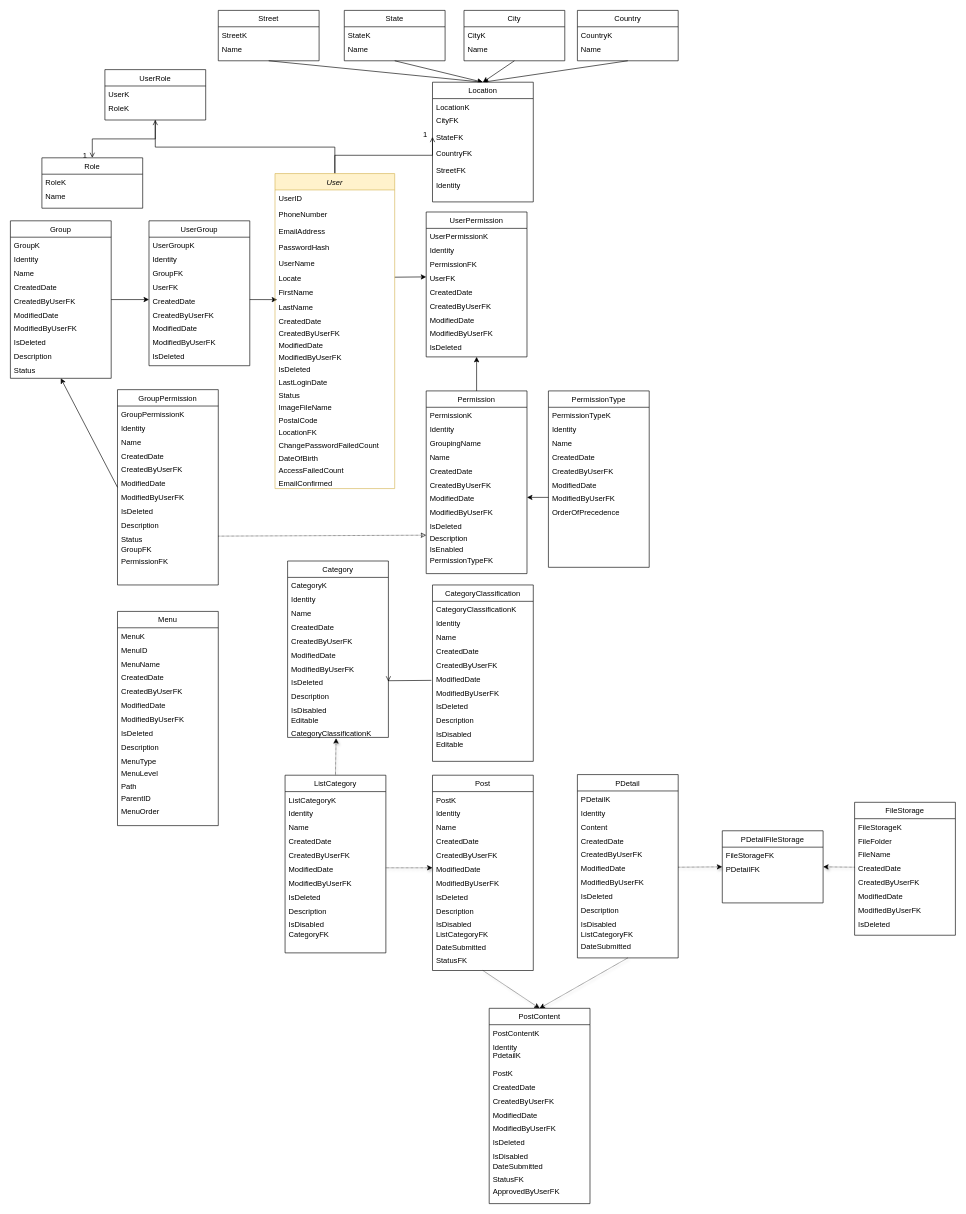
KimPhiJSCDVLP/DemoGitHub keeps this draw.io diagram as Untitled Diagram.drawio. Above is the earlier version. Source tidied: cells renumbered, new cells numbered last; positions are measured from the earlier drawing's top-left corner, leaving out a move shared by most shapes. Both pictures are drawn from the tidied source at 63%, with x=0, y=0 at pixel (10, 10).
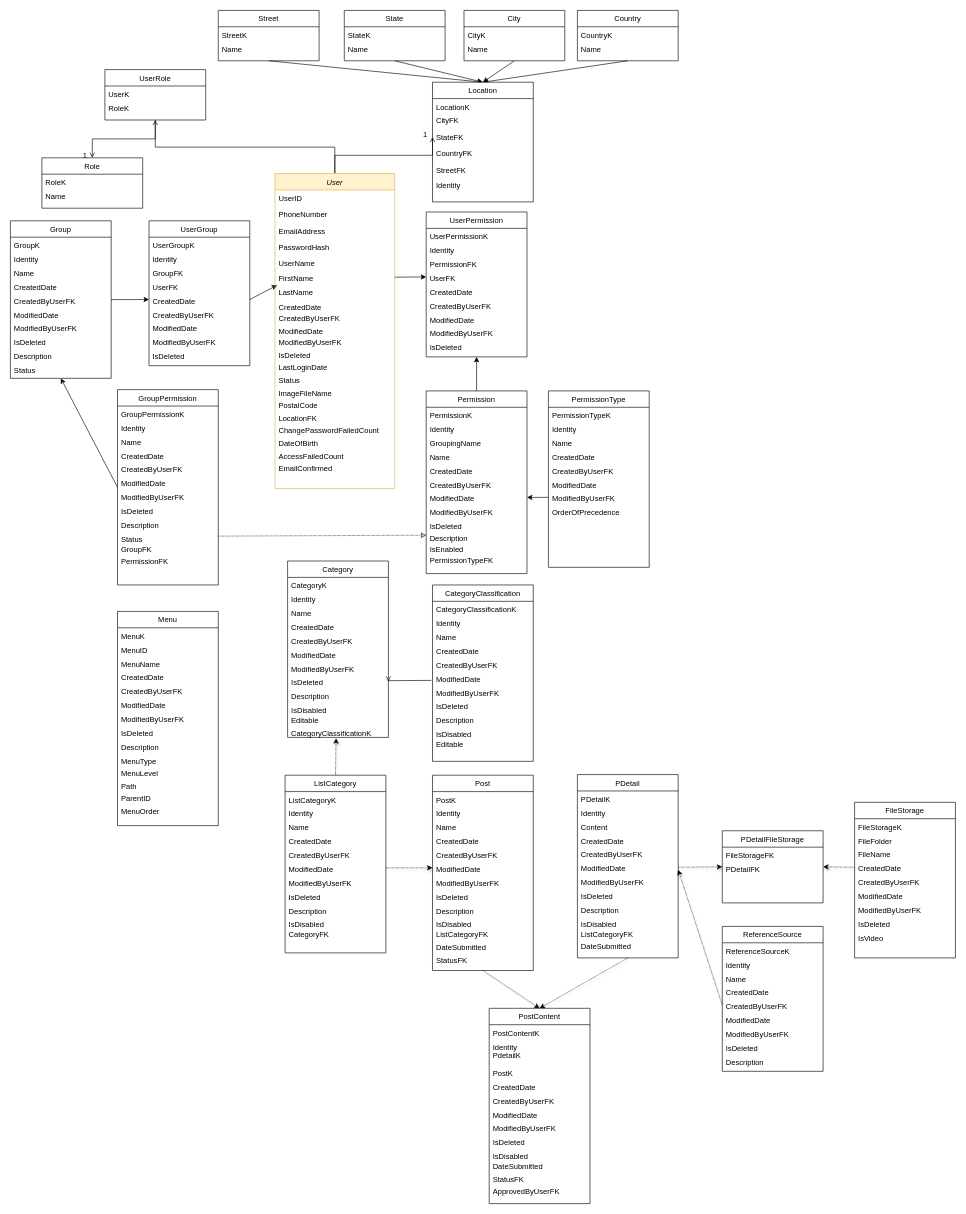
The same page after the edit.

Unchanged cells that the change refers to:
```xml
<mxCell id="57" value="User" style="swimlane;fontStyle=2;align=center;verticalAlign=top;horizontal=1;startSize=26;rounded=0;shadow=0;strokeWidth=1;fillColor=#fff2cc;strokeColor=#d6b656;" parent="1" vertex="1">
  <mxGeometry x="420" y="259" width="190" height="500" as="geometry" />
</mxCell>
<mxCell id="84" value="UserFK" style="text;align=left;verticalAlign=top;spacingLeft=4;spacingRight=4;overflow=hidden;points=[[0,0.5],[1,0.5]];portConstraint=eastwest;rounded=0;shadow=0;html=0;" parent="80" vertex="1">
  <mxGeometry y="92" width="160" height="22" as="geometry" />
</mxCell>
```

What changed in the source:
```diff
@@
-    <mxCell id="23" style="endArrow=classic;html=1;entryX=0;entryY=0.5;entryDx=0;entryDy=0;exitX=1;exitY=0.5;exitDx=0;exitDy=0;" parent="1" edge="1" source="63" target="84">
-      <mxGeometry relative="1" as="geometry" />
+    <mxCell id="23" style="endArrow=classic;html=1;entryX=0;entryY=0.5;entryDx=0;entryDy=0;exitX=1;exitY=0.5;exitDx=0;exitDy=0;" parent="1" edge="1" target="84">
+      <mxGeometry relative="1" as="geometry">
+        <mxPoint x="610" y="423.5" as="sourcePoint" />
+      </mxGeometry>
     </mxCell>
@@
-    <mxCell id="63" value="Locate" style="text;align=left;verticalAlign=top;spacingLeft=4;spacingRight=4;overflow=hidden;points=[[0,0.5],[1,0.5]];portConstraint=eastwest;rounded=0;shadow=0;html=0;" parent="57" vertex="1">
-      <mxGeometry y="153" width="190" height="23" as="geometry" />
-    </mxCell>
     <mxCell id="64" value="FirstName" style="text;align=left;verticalAlign=top;spacingLeft=4;spacingRight=4;overflow=hidden;points=[[0,0.5],[1,0.5]];portConstraint=eastwest;rounded=0;shadow=0;html=0;" parent="57" vertex="1">
-      <mxGeometry y="176" width="190" height="23" as="geometry" />
+      <mxGeometry y="153" width="190" height="23" as="geometry" />
     </mxCell>
     <mxCell id="65" value="LastName" style="text;align=left;verticalAlign=top;spacingLeft=4;spacingRight=4;overflow=hidden;rounded=0;shadow=0;html=0;" parent="57" vertex="1">
-      <mxGeometry y="199" width="190" height="23" as="geometry" />
+      <mxGeometry y="176" width="190" height="23" as="geometry" />
     </mxCell>
     <mxCell id="66" value="CreatedDate" style="text;align=left;verticalAlign=top;spacingLeft=4;spacingRight=4;overflow=hidden;rounded=0;shadow=0;html=0;" parent="57" vertex="1">
-      <mxGeometry y="222" width="190" height="18" as="geometry" />
+      <mxGeometry y="199" width="190" height="18" as="geometry" />
     </mxCell>
     <mxCell id="67" value="CreatedByUserFK" style="text;align=left;verticalAlign=top;spacingLeft=4;spacingRight=4;overflow=hidden;rounded=0;shadow=0;html=0;" parent="57" vertex="1">
-      <mxGeometry y="240" width="190" height="20" as="geometry" />
+      <mxGeometry y="217" width="190" height="20" as="geometry" />
     </mxCell>
     <mxCell id="68" value="ModifiedDate" style="text;align=left;verticalAlign=top;spacingLeft=4;spacingRight=4;overflow=hidden;rounded=0;shadow=0;html=0;" parent="57" vertex="1">
-      <mxGeometry y="260" width="190" height="18" as="geometry" />
+      <mxGeometry y="237" width="190" height="18" as="geometry" />
     </mxCell>
     <mxCell id="69" value="ModifiedByUserFK" style="text;align=left;verticalAlign=top;spacingLeft=4;spacingRight=4;overflow=hidden;rounded=0;shadow=0;html=0;" parent="57" vertex="1">
-      <mxGeometry y="278" width="190" height="20" as="geometry" />
+      <mxGeometry y="255" width="190" height="20" as="geometry" />
     </mxCell>
     <mxCell id="70" value="IsDeleted" style="text;align=left;verticalAlign=top;spacingLeft=4;spacingRight=4;overflow=hidden;rounded=0;shadow=0;html=0;" parent="57" vertex="1">
-      <mxGeometry y="298" width="190" height="20" as="geometry" />
+      <mxGeometry y="275" width="190" height="20" as="geometry" />
     </mxCell>
     <mxCell id="71" value="LastLoginDate" style="text;align=left;verticalAlign=top;spacingLeft=4;spacingRight=4;overflow=hidden;rounded=0;shadow=0;html=0;" parent="57" vertex="1">
-      <mxGeometry y="318" width="190" height="20" as="geometry" />
+      <mxGeometry y="295" width="190" height="20" as="geometry" />
     </mxCell>
     <mxCell id="72" value="Status" style="text;align=left;verticalAlign=top;spacingLeft=4;spacingRight=4;overflow=hidden;rounded=0;shadow=0;html=0;" parent="57" vertex="1">
-      <mxGeometry y="338" width="190" height="20" as="geometry" />
+      <mxGeometry y="315" width="190" height="20" as="geometry" />
     </mxCell>
     <mxCell id="73" value="ImageFileName" style="text;align=left;verticalAlign=top;spacingLeft=4;spacingRight=4;overflow=hidden;rounded=0;shadow=0;html=0;" parent="57" vertex="1">
-      <mxGeometry y="358" width="190" height="20" as="geometry" />
+      <mxGeometry y="335" width="190" height="20" as="geometry" />
     </mxCell>
     <mxCell id="74" value="PostalCode" style="text;align=left;verticalAlign=top;spacingLeft=4;spacingRight=4;overflow=hidden;rounded=0;shadow=0;html=0;" parent="57" vertex="1">
-      <mxGeometry y="378" width="190" height="20" as="geometry" />
+      <mxGeometry y="355" width="190" height="20" as="geometry" />
     </mxCell>
     <mxCell id="75" value="LocationFK" style="text;align=left;verticalAlign=top;spacingLeft=4;spacingRight=4;overflow=hidden;rounded=0;shadow=0;html=0;" parent="57" vertex="1">
-      <mxGeometry y="398" width="190" height="20" as="geometry" />
+      <mxGeometry y="375" width="190" height="20" as="geometry" />
     </mxCell>
     <mxCell id="76" value="ChangePasswordFailedCount" style="text;align=left;verticalAlign=top;spacingLeft=4;spacingRight=4;overflow=hidden;rounded=0;shadow=0;html=0;" parent="57" vertex="1">
-      <mxGeometry y="418" width="190" height="20" as="geometry" />
+      <mxGeometry y="395" width="190" height="20" as="geometry" />
     </mxCell>
     <mxCell id="77" value="DateOfBirth" style="text;align=left;verticalAlign=top;spacingLeft=4;spacingRight=4;overflow=hidden;rounded=0;shadow=0;html=0;" parent="57" vertex="1">
-      <mxGeometry y="438" width="190" height="20" as="geometry" />
+      <mxGeometry y="415" width="190" height="20" as="geometry" />
     </mxCell>
     <mxCell id="78" value="AccessFailedCount" style="text;align=left;verticalAlign=top;spacingLeft=4;spacingRight=4;overflow=hidden;rounded=0;shadow=0;html=0;" parent="57" vertex="1">
-      <mxGeometry y="458" width="190" height="20" as="geometry" />
+      <mxGeometry y="435" width="190" height="20" as="geometry" />
     </mxCell>
     <mxCell id="79" value="EmailConfirmed" style="text;align=left;verticalAlign=top;spacingLeft=4;spacingRight=4;overflow=hidden;rounded=0;shadow=0;html=0;" parent="57" vertex="1">
-      <mxGeometry y="478" width="190" height="20" as="geometry" />
+      <mxGeometry y="455" width="190" height="20" as="geometry" />
     </mxCell>
@@
-    <mxCell id="188" value="PDetail" style="swimlane;fontStyle=0;align=center;verticalAlign=top;horizontal=1;startSize=26;rounded=0;shadow=0;strokeWidth=1;" parent="1" vertex="1">
-      <mxGeometry x="900" y="1213" width="160" height="291" as="geometry" />
-    </mxCell>
-    <mxCell id="189" value="PDetailK" style="text;align=left;verticalAlign=top;spacingLeft=4;spacingRight=4;overflow=hidden;" parent="188" vertex="1">
-      <mxGeometry y="26" width="160" height="22" as="geometry" />
-    </mxCell>
-    <mxCell id="190" value="Identity" style="text;align=left;verticalAlign=top;spacingLeft=4;spacingRight=4;overflow=hidden;rounded=0;shadow=0;html=0;" parent="188" vertex="1">
-      <mxGeometry y="48" width="160" height="22" as="geometry" />
-    </mxCell>
-    <mxCell id="191" value="Content" style="text;align=left;verticalAlign=top;spacingLeft=4;spacingRight=4;overflow=hidden;rounded=0;shadow=0;html=0;" parent="188" vertex="1">
-      <mxGeometry y="70" width="160" height="22" as="geometry" />
-    </mxCell>
-    <mxCell id="192" value="CreatedDate" style="text;align=left;verticalAlign=top;spacingLeft=4;spacingRight=4;overflow=hidden;rounded=0;shadow=0;html=0;" parent="188" vertex="1">
-      <mxGeometry y="92" width="160" height="22" as="geometry" />
-    </mxCell>
-    <mxCell id="193" value="CreatedByUserFK" style="text;align=left;verticalAlign=top;spacingLeft=4;spacingRight=4;overflow=hidden;rounded=0;shadow=0;html=0;" parent="188" vertex="1">
-      <mxGeometry y="114" width="160" height="22" as="geometry" />
-    </mxCell>
-    <mxCell id="194" value="ModifiedDate" style="text;align=left;verticalAlign=top;spacingLeft=4;spacingRight=4;overflow=hidden;points=[[0,0.5],[1,0.5]];portConstraint=eastwest;rounded=0;shadow=0;html=0;" parent="188" vertex="1">
-      <mxGeometry y="136" width="160" height="22" as="geometry" />
-    </mxCell>
-    <mxCell id="195" value="ModifiedByUserFK" style="text;align=left;verticalAlign=top;spacingLeft=4;spacingRight=4;overflow=hidden;rounded=0;shadow=0;html=0;" parent="188" vertex="1">
-      <mxGeometry y="158" width="160" height="22" as="geometry" />
-    </mxCell>
-    <mxCell id="196" value="IsDeleted" style="text;align=left;verticalAlign=top;spacingLeft=4;spacingRight=4;overflow=hidden;rounded=0;shadow=0;html=0;" parent="188" vertex="1">
-      <mxGeometry y="180" width="160" height="22" as="geometry" />
-    </mxCell>
-    <mxCell id="197" value="Description" style="text;align=left;verticalAlign=top;spacingLeft=4;spacingRight=4;overflow=hidden;rounded=0;shadow=0;html=0;" parent="188" vertex="1">
-      <mxGeometry y="202" width="160" height="22" as="geometry" />
-    </mxCell>
-    <mxCell id="198" value="IsDisabled" style="text;align=left;verticalAlign=top;spacingLeft=4;spacingRight=4;overflow=hidden;rounded=0;shadow=0;html=0;" parent="188" vertex="1">
-      <mxGeometry y="224" width="160" height="16" as="geometry" />
-    </mxCell>
-    <mxCell id="199" value="ListCategoryFK" style="text;align=left;verticalAlign=top;spacingLeft=4;spacingRight=4;overflow=hidden;rounded=0;shadow=0;html=0;" parent="188" vertex="1">
-      <mxGeometry y="240" width="160" height="20" as="geometry" />
-    </mxCell>
-    <mxCell id="200" value="DateSubmitted" style="text;align=left;verticalAlign=top;spacingLeft=4;spacingRight=4;overflow=hidden;rounded=0;shadow=0;html=0;" parent="188" vertex="1">
-      <mxGeometry y="260" width="160" height="20" as="geometry" />
-    </mxCell>
@@
     <mxCell id="229" value="FileStorage" style="swimlane;fontStyle=0;align=center;verticalAlign=top;horizontal=1;startSize=26;rounded=0;shadow=0;strokeWidth=1;" parent="1" vertex="1">
-      <mxGeometry x="1340" y="1257" width="160" height="211" as="geometry" />
+      <mxGeometry x="1340" y="1257" width="160" height="247" as="geometry" />
     </mxCell>
@@
+    <mxCell id="243" value="IsVideo" style="text;align=left;verticalAlign=top;spacingLeft=4;spacingRight=4;overflow=hidden;rounded=0;shadow=0;html=0;" parent="229" vertex="1">
+      <mxGeometry y="202" width="160" height="22" as="geometry" />
+    </mxCell>
@@
+    <mxCell id="188" value="PDetail" style="swimlane;fontStyle=0;align=center;verticalAlign=top;horizontal=1;startSize=26;rounded=0;shadow=0;strokeWidth=1;" parent="1" vertex="1">
+      <mxGeometry x="900" y="1213" width="160" height="291" as="geometry" />
+    </mxCell>
+    <mxCell id="189" value="PDetailK" style="text;align=left;verticalAlign=top;spacingLeft=4;spacingRight=4;overflow=hidden;" parent="188" vertex="1">
+      <mxGeometry y="26" width="160" height="22" as="geometry" />
+    </mxCell>
+    <mxCell id="190" value="Identity" style="text;align=left;verticalAlign=top;spacingLeft=4;spacingRight=4;overflow=hidden;rounded=0;shadow=0;html=0;" parent="188" vertex="1">
+      <mxGeometry y="48" width="160" height="22" as="geometry" />
+    </mxCell>
+    <mxCell id="191" value="Content" style="text;align=left;verticalAlign=top;spacingLeft=4;spacingRight=4;overflow=hidden;rounded=0;shadow=0;html=0;" parent="188" vertex="1">
+      <mxGeometry y="70" width="160" height="22" as="geometry" />
+    </mxCell>
+    <mxCell id="192" value="CreatedDate" style="text;align=left;verticalAlign=top;spacingLeft=4;spacingRight=4;overflow=hidden;rounded=0;shadow=0;html=0;" parent="188" vertex="1">
+      <mxGeometry y="92" width="160" height="22" as="geometry" />
+    </mxCell>
+    <mxCell id="193" value="CreatedByUserFK" style="text;align=left;verticalAlign=top;spacingLeft=4;spacingRight=4;overflow=hidden;rounded=0;shadow=0;html=0;" parent="188" vertex="1">
+      <mxGeometry y="114" width="160" height="22" as="geometry" />
+    </mxCell>
+    <mxCell id="194" value="ModifiedDate" style="text;align=left;verticalAlign=top;spacingLeft=4;spacingRight=4;overflow=hidden;points=[[0,0.5],[1,0.5]];portConstraint=eastwest;rounded=0;shadow=0;html=0;" parent="188" vertex="1">
+      <mxGeometry y="136" width="160" height="22" as="geometry" />
+    </mxCell>
+    <mxCell id="195" value="ModifiedByUserFK" style="text;align=left;verticalAlign=top;spacingLeft=4;spacingRight=4;overflow=hidden;rounded=0;shadow=0;html=0;" parent="188" vertex="1">
+      <mxGeometry y="158" width="160" height="22" as="geometry" />
+    </mxCell>
+    <mxCell id="196" value="IsDeleted" style="text;align=left;verticalAlign=top;spacingLeft=4;spacingRight=4;overflow=hidden;rounded=0;shadow=0;html=0;" parent="188" vertex="1">
+      <mxGeometry y="180" width="160" height="22" as="geometry" />
+    </mxCell>
+    <mxCell id="197" value="Description" style="text;align=left;verticalAlign=top;spacingLeft=4;spacingRight=4;overflow=hidden;rounded=0;shadow=0;html=0;" parent="188" vertex="1">
+      <mxGeometry y="202" width="160" height="22" as="geometry" />
+    </mxCell>
+    <mxCell id="198" value="IsDisabled" style="text;align=left;verticalAlign=top;spacingLeft=4;spacingRight=4;overflow=hidden;rounded=0;shadow=0;html=0;" parent="188" vertex="1">
+      <mxGeometry y="224" width="160" height="16" as="geometry" />
+    </mxCell>
+    <mxCell id="199" value="ListCategoryFK" style="text;align=left;verticalAlign=top;spacingLeft=4;spacingRight=4;overflow=hidden;rounded=0;shadow=0;html=0;" parent="188" vertex="1">
+      <mxGeometry y="240" width="160" height="20" as="geometry" />
+    </mxCell>
+    <mxCell id="200" value="DateSubmitted" style="text;align=left;verticalAlign=top;spacingLeft=4;spacingRight=4;overflow=hidden;rounded=0;shadow=0;html=0;" parent="188" vertex="1">
+      <mxGeometry y="260" width="160" height="20" as="geometry" />
+    </mxCell>
+    <mxCell id="244" value="ReferenceSource" style="swimlane;fontStyle=0;align=center;verticalAlign=top;horizontal=1;startSize=26;rounded=0;shadow=0;strokeWidth=1;" parent="1" vertex="1">
+      <mxGeometry x="1130" y="1454" width="160" height="230" as="geometry" />
+    </mxCell>
+    <mxCell id="245" value="ReferenceSourceK" style="text;align=left;verticalAlign=top;spacingLeft=4;spacingRight=4;overflow=hidden;" parent="244" vertex="1">
+      <mxGeometry y="26" width="160" height="22" as="geometry" />
+    </mxCell>
+    <mxCell id="246" value="Identity" style="text;align=left;verticalAlign=top;spacingLeft=4;spacingRight=4;overflow=hidden;rounded=0;shadow=0;html=0;" parent="244" vertex="1">
+      <mxGeometry y="48" width="160" height="22" as="geometry" />
+    </mxCell>
+    <mxCell id="247" value="Name" style="text;align=left;verticalAlign=top;spacingLeft=4;spacingRight=4;overflow=hidden;rounded=0;shadow=0;html=0;" parent="244" vertex="1">
+      <mxGeometry y="70" width="160" height="22" as="geometry" />
+    </mxCell>
+    <mxCell id="248" value="CreatedDate" style="text;align=left;verticalAlign=top;spacingLeft=4;spacingRight=4;overflow=hidden;rounded=0;shadow=0;html=0;" parent="244" vertex="1">
+      <mxGeometry y="92" width="160" height="22" as="geometry" />
+    </mxCell>
+    <mxCell id="249" value="CreatedByUserFK" style="text;align=left;verticalAlign=top;spacingLeft=4;spacingRight=4;overflow=hidden;points=[[0,0.5],[1,0.5]];portConstraint=eastwest;rounded=0;shadow=0;html=0;" parent="244" vertex="1">
+      <mxGeometry y="114" width="160" height="22" as="geometry" />
+    </mxCell>
+    <mxCell id="250" value="ModifiedDate" style="text;align=left;verticalAlign=top;spacingLeft=4;spacingRight=4;overflow=hidden;rounded=0;shadow=0;html=0;" parent="244" vertex="1">
+      <mxGeometry y="136" width="160" height="22" as="geometry" />
+    </mxCell>
+    <mxCell id="251" value="ModifiedByUserFK" style="text;align=left;verticalAlign=top;spacingLeft=4;spacingRight=4;overflow=hidden;rounded=0;shadow=0;html=0;" parent="244" vertex="1">
+      <mxGeometry y="158" width="160" height="22" as="geometry" />
+    </mxCell>
+    <mxCell id="252" value="IsDeleted" style="text;align=left;verticalAlign=top;spacingLeft=4;spacingRight=4;overflow=hidden;rounded=0;shadow=0;html=0;" parent="244" vertex="1">
+      <mxGeometry y="180" width="160" height="22" as="geometry" />
+    </mxCell>
+    <mxCell id="253" value="Description" style="text;align=left;verticalAlign=top;spacingLeft=4;spacingRight=4;overflow=hidden;rounded=0;shadow=0;html=0;" parent="244" vertex="1">
+      <mxGeometry y="202" width="160" height="22" as="geometry" />
+    </mxCell>
+    <mxCell id="254" style="endArrow=classic;html=1;shadow=1;dashed=1;dashPattern=1 1;exitX=0;exitY=0.5;exitDx=0;exitDy=0;" parent="1" edge="1" source="249">
+      <mxGeometry relative="1" as="geometry">
+        <mxPoint x="1060" y="1364" as="targetPoint" />
+      </mxGeometry>
+    </mxCell>
```
